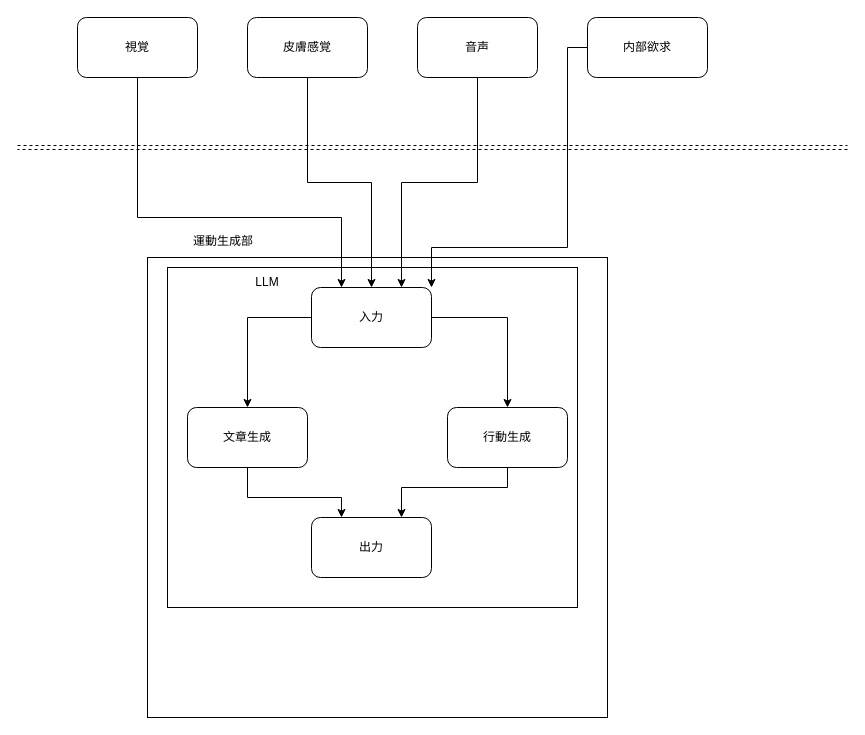
The draw.io diagram page "ページ1" (1 of 4) of kotoha_architecture.drawio in robotKR/kotoha, before the edit. Source tidied: cells renumbered, new cells numbered last; positions are measured from the earlier drawing's top-left corner, leaving out a move shared by most shapes. Both pictures are drawn from the tidied source at 100%, with x=0, y=0 at pixel (17, 17).
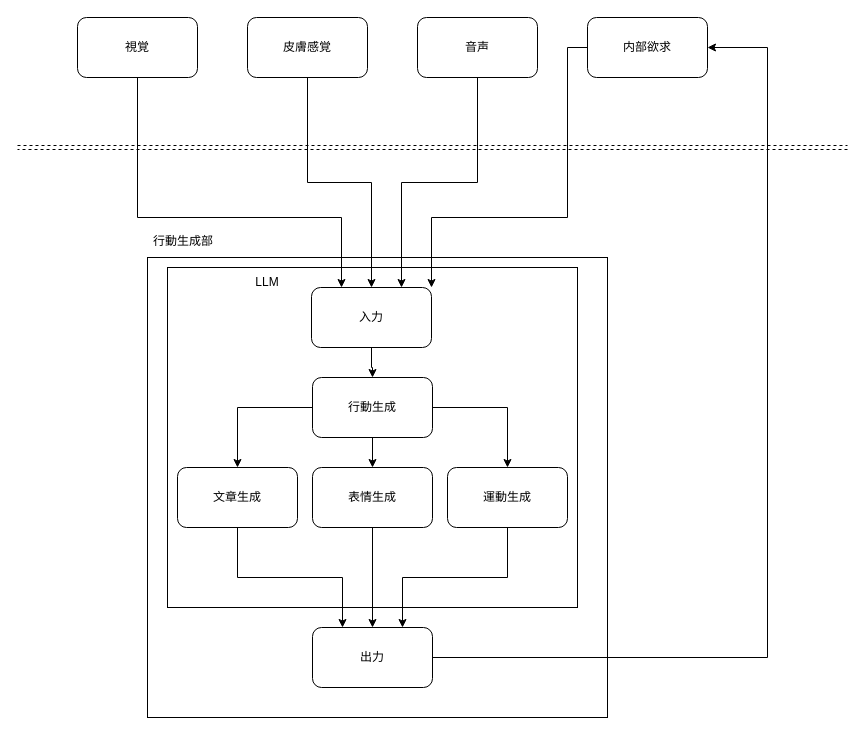
The same diagram, later.

Commit message:
kotoha_architecture.drawio を更新します

Unchanged cells that the change refers to:
```xml
<mxCell id="6" value="入力" style="rounded=1;whiteSpace=wrap;html=1;" parent="1" vertex="1">
  <mxGeometry x="294" y="270" width="120" height="60" as="geometry" />
</mxCell>
<mxCell id="11" value="内部欲求" style="rounded=1;whiteSpace=wrap;html=1;" parent="1" vertex="1">
  <mxGeometry x="570" width="120" height="60" as="geometry" />
</mxCell>
```

Diff of the diagram source:
```diff
@@
-    <mxCell id="4" style="edgeStyle=orthogonalEdgeStyle;rounded=0;jettySize=auto;html=1;" parent="1" edge="1" source="6" target="18">
-      <mxGeometry relative="1" as="geometry" />
-    </mxCell>
@@
     <mxCell id="10" style="edgeStyle=orthogonalEdgeStyle;rounded=0;jettySize=auto;html=1;entryX=1;entryY=0;entryDx=0;entryDy=0;" parent="1" edge="1" source="11" target="6">
       <mxGeometry relative="1" as="geometry">
         <Array as="points">
           <mxPoint x="550" y="30" />
-          <mxPoint x="550" y="230" />
+          <mxPoint x="550" y="200" />
+          <mxPoint x="414" y="200" />
         </Array>
       </mxGeometry>
     </mxCell>
@@
-    <mxCell id="16" value="運動生成部" style="text;strokeColor=none;fillColor=none;spacingLeft=4;spacingRight=4;overflow=hidden;fontSize=12;whiteSpace=wrap;html=1;" parent="1" vertex="1">
-      <mxGeometry x="170" y="210" width="80" height="30" as="geometry" />
+    <mxCell id="16" value="行動生成部" style="text;strokeColor=none;fillColor=none;spacingLeft=4;spacingRight=4;overflow=hidden;fontSize=12;whiteSpace=wrap;html=1;" parent="1" vertex="1">
+      <mxGeometry x="130" y="210" width="80" height="30" as="geometry" />
     </mxCell>
+    <mxCell id="23" style="edgeStyle=orthogonalEdgeStyle;rounded=0;jettySize=auto;html=1;" parent="1" edge="1" source="20" target="28">
+      <mxGeometry relative="1" as="geometry" />
+    </mxCell>
+    <mxCell id="24" style="edgeStyle=orthogonalEdgeStyle;rounded=0;jettySize=auto;html=1;entryX=0.5;entryY=0;entryDx=0;entryDy=0;" parent="1" edge="1" source="20" target="30">
+      <mxGeometry relative="1" as="geometry" />
+    </mxCell>
+    <mxCell id="25" style="edgeStyle=orthogonalEdgeStyle;rounded=0;jettySize=auto;html=1;" parent="1" edge="1" source="20" target="18">
+      <mxGeometry relative="1" as="geometry" />
+    </mxCell>
+    <mxCell id="20" value="行動生成" style="rounded=1;whiteSpace=wrap;html=1;" parent="1" vertex="1">
+      <mxGeometry x="295" y="360" width="120" height="60" as="geometry" />
+    </mxCell>
+    <mxCell id="26" style="edgeStyle=orthogonalEdgeStyle;rounded=0;jettySize=auto;html=1;entryX=1;entryY=0.5;entryDx=0;entryDy=0;" parent="1" edge="1" source="21" target="11">
+      <mxGeometry relative="1" as="geometry">
+        <Array as="points">
+          <mxPoint x="750" y="640" />
+          <mxPoint x="750" y="30" />
+        </Array>
+      </mxGeometry>
+    </mxCell>
+    <mxCell id="21" value="出力" style="rounded=1;whiteSpace=wrap;html=1;" parent="1" vertex="1">
+      <mxGeometry x="295" y="610" width="120" height="60" as="geometry" />
+    </mxCell>
+    <mxCell id="22" value="LLM" style="text;html=1;strokeColor=none;fillColor=none;align=center;verticalAlign=middle;whiteSpace=wrap;rounded=0;" parent="1" vertex="1">
+      <mxGeometry x="220" y="250" width="60" height="30" as="geometry" />
+    </mxCell>
     <mxCell id="17" style="edgeStyle=orthogonalEdgeStyle;rounded=0;jettySize=auto;html=1;entryX=0.25;entryY=0;entryDx=0;entryDy=0;" parent="1" edge="1" source="18" target="21">
       <mxGeometry relative="1" as="geometry">
         <Array as="points">
-          <mxPoint x="230" y="480" />
-          <mxPoint x="324" y="480" />
+          <mxPoint x="220" y="560" />
+          <mxPoint x="325" y="560" />
         </Array>
       </mxGeometry>
     </mxCell>
     <mxCell id="18" value="文章生成" style="rounded=1;whiteSpace=wrap;html=1;" parent="1" vertex="1">
-      <mxGeometry x="170" y="390" width="120" height="60" as="geometry" />
+      <mxGeometry x="160" y="450" width="120" height="60" as="geometry" />
     </mxCell>
-    <mxCell id="19" style="edgeStyle=orthogonalEdgeStyle;rounded=0;jettySize=auto;html=1;entryX=0.75;entryY=0;entryDx=0;entryDy=0;" parent="1" edge="1" source="20" target="21">
-      <mxGeometry relative="1" as="geometry">
-        <Array as="points">
-          <mxPoint x="490" y="470" />
-          <mxPoint x="384" y="470" />
-        </Array>
-      </mxGeometry>
-    </mxCell>
-    <mxCell id="20" value="行動生成" style="rounded=1;whiteSpace=wrap;html=1;" parent="1" vertex="1">
-      <mxGeometry x="430" y="390" width="120" height="60" as="geometry" />
-    </mxCell>
-    <mxCell id="21" value="出力" style="rounded=1;whiteSpace=wrap;html=1;" parent="1" vertex="1">
-      <mxGeometry x="294" y="500" width="120" height="60" as="geometry" />
-    </mxCell>
-    <mxCell id="22" value="LLM" style="text;html=1;strokeColor=none;fillColor=none;align=center;verticalAlign=middle;whiteSpace=wrap;rounded=0;" parent="1" vertex="1">
-      <mxGeometry x="220" y="250" width="60" height="30" as="geometry" />
-    </mxCell>
+    <mxCell id="27" style="edgeStyle=orthogonalEdgeStyle;rounded=0;jettySize=auto;html=1;entryX=0.5;entryY=0;entryDx=0;entryDy=0;" parent="1" edge="1" source="28" target="21">
+      <mxGeometry relative="1" as="geometry" />
+    </mxCell>
+    <mxCell id="28" value="表情生成" style="rounded=1;whiteSpace=wrap;html=1;" parent="1" vertex="1">
+      <mxGeometry x="295" y="450" width="120" height="60" as="geometry" />
+    </mxCell>
+    <mxCell id="29" style="edgeStyle=orthogonalEdgeStyle;rounded=0;jettySize=auto;html=1;entryX=0.75;entryY=0;entryDx=0;entryDy=0;" parent="1" edge="1" source="30" target="21">
+      <mxGeometry relative="1" as="geometry">
+        <Array as="points">
+          <mxPoint x="490" y="560" />
+          <mxPoint x="385" y="560" />
+        </Array>
+      </mxGeometry>
+    </mxCell>
+    <mxCell id="30" value="運動生成" style="rounded=1;whiteSpace=wrap;html=1;" parent="1" vertex="1">
+      <mxGeometry x="430" y="450" width="120" height="60" as="geometry" />
+    </mxCell>
```
